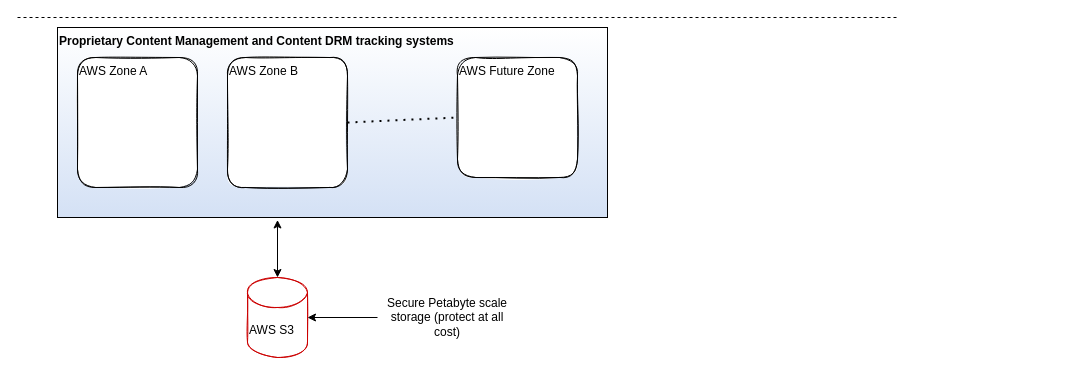
The draw.io diagram Asset Processing.drawio in imransaeed/concept-diagrams, before the edit. Source tidied: cells renumbered, new cells numbered last; positions are measured from the earlier drawing's top-left corner, leaving out a move shared by most shapes. Both pictures are drawn from the tidied source at 100%, with x=0, y=0 at pixel (17, 17).
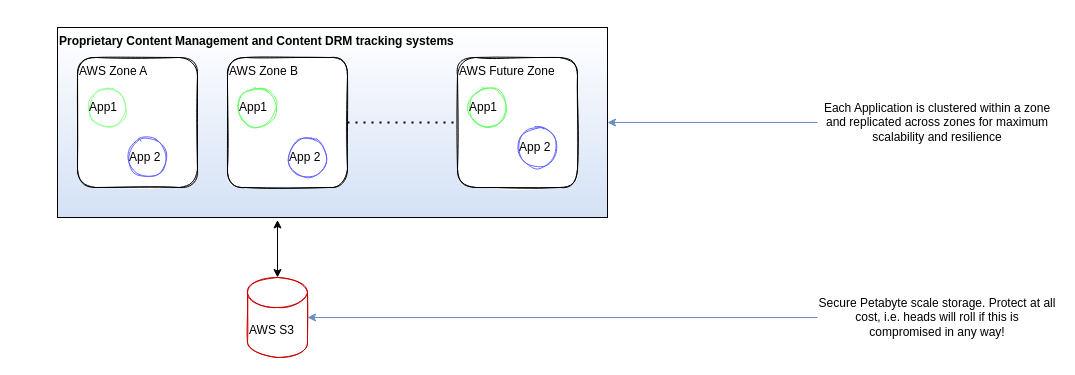
Above is the later version.

What changed in the source:
```diff
@@
 <mxGraphModel background="#ffffff">
   <root>
     <mxCell id="0" />
     <mxCell id="1" parent="0" />
     <mxCell id="2" value="Proprietary Content Management and Content DRM tracking systems" style="rounded=0;whiteSpace=wrap;html=1;fontStyle=1;shadow=0;gradientColor=#D4E1F5;align=left;verticalAlign=top;" parent="1" vertex="1">
       <mxGeometry x="40" y="10" width="550" height="190" as="geometry" />
     </mxCell>
-    <mxCell id="3" style="endArrow=none;dashed=1;html=1;" parent="1" edge="1">
-      <mxGeometry relative="1" as="geometry">
-        <mxPoint as="sourcePoint" />
-        <mxPoint x="880" as="targetPoint" />
-      </mxGeometry>
-    </mxCell>
     <mxCell id="4" value="AWS Zone A" style="rounded=1;whiteSpace=wrap;html=1;shadow=0;sketch=1;gradientColor=none;align=left;verticalAlign=top;" parent="1" vertex="1">
       <mxGeometry x="60" y="40" width="120" height="130" as="geometry" />
     </mxCell>
     <mxCell id="5" value="AWS Zone B" style="rounded=1;whiteSpace=wrap;html=1;shadow=0;sketch=1;gradientColor=none;align=left;verticalAlign=top;" parent="1" vertex="1">
       <mxGeometry x="210" y="40" width="120" height="130" as="geometry" />
     </mxCell>
     <mxCell id="6" value="AWS Future Zone" style="rounded=1;whiteSpace=wrap;html=1;shadow=0;sketch=1;gradientColor=none;align=left;verticalAlign=top;" parent="1" vertex="1">
-      <mxGeometry x="440" y="40" width="120" height="120" as="geometry" />
+      <mxGeometry x="440" y="40" width="120" height="130" as="geometry" />
     </mxCell>
     <mxCell id="7" value="AWS S3" style="shape=cylinder3;whiteSpace=wrap;html=1;boundedLbl=1;backgroundOutline=1;size=15;shadow=0;sketch=1;gradientColor=none;align=left;strokeColor=#CC0000;" parent="1" vertex="1">
       <mxGeometry x="230" y="260" width="60" height="80" as="geometry" />
     </mxCell>
     <mxCell id="8" style="endArrow=none;dashed=1;html=1;dashPattern=1 3;strokeWidth=2;exitX=1;exitY=0.5;exitDx=0;exitDy=0;entryX=0;entryY=0.5;entryDx=0;entryDy=0;" parent="1" edge="1" source="5" target="6">
       <mxGeometry relative="1" as="geometry" />
     </mxCell>
-    <mxCell id="9" value="Secure Petabyte scale storage (protect at all cost)" style="text;html=1;strokeColor=none;fillColor=none;align=center;verticalAlign=middle;whiteSpace=wrap;rounded=0;shadow=0;sketch=1;" parent="1" vertex="1">
-      <mxGeometry x="360" y="260" width="140" height="80" as="geometry" />
+    <mxCell id="9" value="Secure Petabyte scale storage. Protect at all cost, i.e. heads will roll if this is compromised in any way!" style="text;html=1;strokeColor=none;fillColor=none;align=center;verticalAlign=middle;whiteSpace=wrap;rounded=0;shadow=0;sketch=1;" parent="1" vertex="1">
+      <mxGeometry x="800" y="260" width="240" height="80" as="geometry" />
     </mxCell>
-    <mxCell id="10" style="endArrow=classic;html=1;entryX=1;entryY=0.5;entryDx=0;entryDy=0;entryPerimeter=0;exitX=0;exitY=0.5;exitDx=0;exitDy=0;" parent="1" edge="1" source="9" target="7">
+    <mxCell id="10" style="endArrow=classic;html=1;entryX=1;entryY=0.5;entryDx=0;entryDy=0;entryPerimeter=0;exitX=0;exitY=0.5;exitDx=0;exitDy=0;strokeColor=#6c8ebf;fillColor=#dae8fc;" parent="1" edge="1" source="9" target="7">
       <mxGeometry relative="1" as="geometry" />
     </mxCell>
     <mxCell id="11" style="endArrow=classic;startArrow=classic;html=1;entryX=0.4;entryY=1.013;entryDx=0;entryDy=0;entryPerimeter=0;exitX=0.5;exitY=0;exitDx=0;exitDy=0;exitPerimeter=0;" parent="1" edge="1" source="7" target="2">
       <mxGeometry relative="1" as="geometry" />
     </mxCell>
+    <mxCell id="12" value="App1" style="ellipse;whiteSpace=wrap;html=1;shadow=0;sketch=1;gradientColor=none;align=left;strokeColor=#99FF99;" parent="1" vertex="1">
+      <mxGeometry x="70" y="70" width="40" height="40" as="geometry" />
+    </mxCell>
+    <mxCell id="13" value="App1" style="ellipse;whiteSpace=wrap;html=1;shadow=0;sketch=1;gradientColor=none;align=left;strokeColor=#66FF66;" parent="1" vertex="1">
+      <mxGeometry x="220" y="70" width="40" height="40" as="geometry" />
+    </mxCell>
+    <mxCell id="14" value="App1" style="ellipse;whiteSpace=wrap;html=1;shadow=0;sketch=1;gradientColor=none;align=left;strokeColor=#66FF66;" parent="1" vertex="1">
+      <mxGeometry x="450" y="70" width="40" height="40" as="geometry" />
+    </mxCell>
+    <mxCell id="15" value="App 2" style="ellipse;whiteSpace=wrap;html=1;shadow=0;sketch=1;gradientColor=none;align=left;strokeColor=#6666FF;" parent="1" vertex="1">
+      <mxGeometry x="110" y="120" width="40" height="40" as="geometry" />
+    </mxCell>
+    <mxCell id="16" value="App 2" style="ellipse;whiteSpace=wrap;html=1;shadow=0;sketch=1;gradientColor=none;align=left;strokeColor=#6666FF;" parent="1" vertex="1">
+      <mxGeometry x="270" y="120" width="40" height="40" as="geometry" />
+    </mxCell>
+    <mxCell id="17" value="App 2" style="ellipse;whiteSpace=wrap;html=1;shadow=0;sketch=1;gradientColor=none;align=left;strokeColor=#6666FF;" parent="1" vertex="1">
+      <mxGeometry x="500" y="110" width="40" height="40" as="geometry" />
+    </mxCell>
+    <mxCell id="18" value="Each Application is clustered within a zone and replicated across zones for maximum scalability and resilience" style="text;html=1;strokeColor=none;fillColor=none;align=center;verticalAlign=middle;whiteSpace=wrap;rounded=0;shadow=0;sketch=1;" parent="1" vertex="1">
+      <mxGeometry x="800" y="35" width="240" height="140" as="geometry" />
+    </mxCell>
+    <mxCell id="19" style="endArrow=classic;html=1;entryX=1;entryY=0.5;entryDx=0;entryDy=0;fillColor=#dae8fc;strokeColor=#6c8ebf;" parent="1" edge="1" source="18" target="2">
+      <mxGeometry relative="1" as="geometry" />
+    </mxCell>
   </root>
 </mxGraphModel>
```
